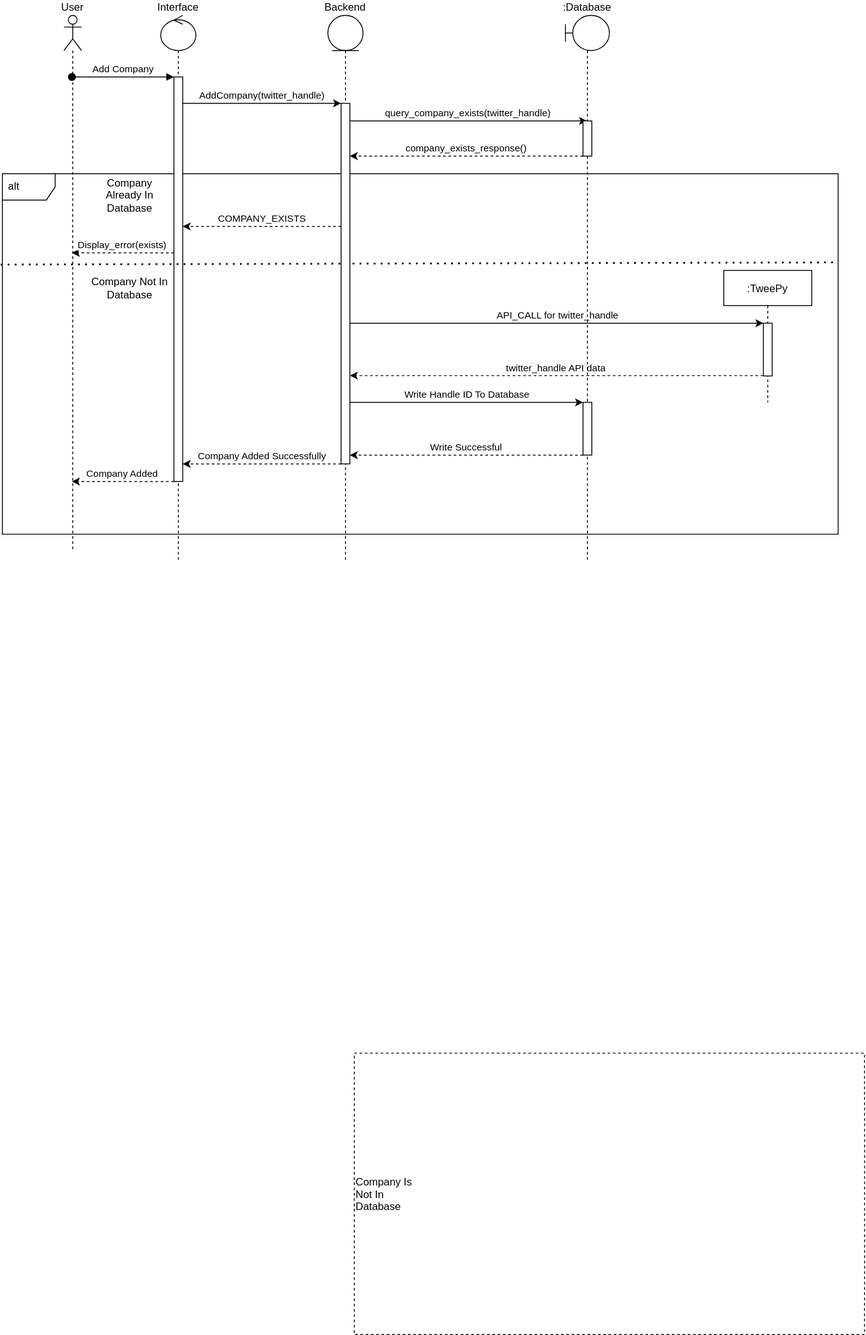
This is images/AddCompanySequence v1.drawio.svg from agarcia169/4306-Donaldson-Project, a draw.io export, as it was before one commit. Source tidied: cells renumbered, new cells last; positions are measured from the earlier drawing's top-left corner, leaving out a move shared by most shapes. Source of this version:
```xml
<mxGraphModel>
  <root>
    <mxCell id="0" />
    <mxCell id="1" parent="0" />
    <mxCell id="2" value="alt" style="shape=umlFrame;whiteSpace=wrap;html=1;width=60;height=30;boundedLbl=1;verticalAlign=middle;align=left;spacingLeft=5;" parent="1" vertex="1">
      <mxGeometry y="180" width="950" height="410" as="geometry" />
    </mxCell>
    <mxCell id="3" value="Company Is &#10;Not In &#10;Database" style="fontStyle=0;dashed=1;align=left;" parent="1" vertex="1">
      <mxGeometry x="400" y="1180" width="580" height="320" as="geometry" />
    </mxCell>
    <mxCell id="4" value="AddCompany(twitter_handle)" style="edgeStyle=orthogonalEdgeStyle;rounded=0;jettySize=auto;html=1;startArrow=none;startFill=0;endArrow=classic;endFill=1;labelPosition=center;verticalLabelPosition=top;align=center;verticalAlign=bottom;" parent="1" edge="1" source="23" target="29">
      <mxGeometry relative="1" as="geometry">
        <Array as="points">
          <mxPoint x="380" y="100" />
          <mxPoint x="380" y="100" />
        </Array>
      </mxGeometry>
    </mxCell>
    <mxCell id="5" value="COMPANY_EXISTS" style="edgeStyle=orthogonalEdgeStyle;rounded=0;jettySize=auto;html=1;startArrow=none;startFill=0;endArrow=classic;endFill=1;dashed=1;labelPosition=center;verticalLabelPosition=top;align=center;verticalAlign=bottom;" parent="1" edge="1" source="29" target="23">
      <mxGeometry relative="1" as="geometry">
        <Array as="points">
          <mxPoint x="230" y="240" />
          <mxPoint x="230" y="240" />
        </Array>
      </mxGeometry>
    </mxCell>
    <mxCell id="6" value="Display_error(exists)" style="edgeStyle=orthogonalEdgeStyle;rounded=0;jettySize=auto;html=1;dashed=1;startArrow=none;startFill=0;endArrow=classic;endFill=1;labelPosition=center;verticalLabelPosition=top;align=center;verticalAlign=bottom;" parent="1" edge="1" source="23" target="17">
      <mxGeometry relative="1" as="geometry">
        <Array as="points">
          <mxPoint x="100" y="270" />
          <mxPoint x="100" y="270" />
        </Array>
      </mxGeometry>
    </mxCell>
    <mxCell id="7" value=":TweePy" style="shape=umlLifeline;perimeter=lifelinePerimeter;rounded=0;shadow=0;strokeWidth=1;" parent="1" vertex="1">
      <mxGeometry x="820" y="290" width="100" height="150" as="geometry" />
    </mxCell>
    <mxCell id="8" style="perimeter=orthogonalPerimeter;rounded=0;shadow=0;strokeWidth=1;" parent="7" vertex="1">
      <mxGeometry x="45" y="60" width="10" height="60" as="geometry" />
    </mxCell>
    <mxCell id="9" value="API_CALL for twitter_handle" style="edgeStyle=orthogonalEdgeStyle;rounded=0;orthogonalLoop=1;jettySize=auto;html=1;startArrow=none;startFill=0;endArrow=classic;endFill=1;labelPosition=center;verticalLabelPosition=top;align=center;verticalAlign=bottom;" parent="7" edge="1">
      <mxGeometry relative="1" as="geometry">
        <mxPoint x="-425" y="60" as="sourcePoint" />
        <mxPoint x="45" y="60" as="targetPoint" />
        <Array as="points">
          <mxPoint x="30" y="60" />
          <mxPoint x="30" y="60" />
        </Array>
      </mxGeometry>
    </mxCell>
    <mxCell id="10" value="twitter_handle API data" style="edgeStyle=orthogonalEdgeStyle;rounded=0;orthogonalLoop=1;jettySize=auto;html=1;startArrow=none;startFill=0;endArrow=classic;endFill=1;dashed=1;labelPosition=center;verticalLabelPosition=top;align=center;verticalAlign=bottom;" parent="7" edge="1">
      <mxGeometry relative="1" as="geometry">
        <mxPoint x="45" y="119.6" as="sourcePoint" />
        <mxPoint x="-425" y="119.6" as="targetPoint" />
        <Array as="points">
          <mxPoint x="-370" y="119.6" />
          <mxPoint x="-370" y="119.6" />
        </Array>
      </mxGeometry>
    </mxCell>
    <mxCell id="11" value="Write Handle ID To Database" style="edgeStyle=orthogonalEdgeStyle;rounded=0;jettySize=auto;html=1;startArrow=none;startFill=0;endArrow=classic;endFill=1;labelPosition=center;verticalLabelPosition=top;align=center;verticalAlign=bottom;" parent="1" edge="1" target="21">
      <mxGeometry relative="1" as="geometry">
        <mxPoint x="395" y="440" as="sourcePoint" />
        <Array as="points">
          <mxPoint x="640" y="440" />
          <mxPoint x="640" y="440" />
        </Array>
      </mxGeometry>
    </mxCell>
    <mxCell id="12" value="Company Added Successfully" style="edgeStyle=orthogonalEdgeStyle;rounded=0;jettySize=auto;html=1;dashed=1;startArrow=none;startFill=0;endArrow=classic;endFill=1;labelPosition=center;verticalLabelPosition=top;align=center;verticalAlign=bottom;" parent="1" edge="1" source="29" target="23">
      <mxGeometry relative="1" as="geometry">
        <Array as="points">
          <mxPoint x="230" y="510" />
          <mxPoint x="230" y="510" />
        </Array>
      </mxGeometry>
    </mxCell>
    <mxCell id="13" value="Company Added" style="edgeStyle=orthogonalEdgeStyle;rounded=0;jettySize=auto;html=1;dashed=1;startArrow=none;startFill=0;endArrow=classic;endFill=1;labelPosition=center;verticalLabelPosition=top;align=center;verticalAlign=bottom;" parent="1" edge="1" source="23" target="17">
      <mxGeometry relative="1" as="geometry">
        <Array as="points">
          <mxPoint x="180" y="530" />
          <mxPoint x="180" y="530" />
        </Array>
      </mxGeometry>
    </mxCell>
    <mxCell id="14" value="query_company_exists(twitter_handle)" style="edgeStyle=orthogonalEdgeStyle;rounded=0;jettySize=auto;html=1;startArrow=none;startFill=0;endArrow=classic;endFill=1;labelPosition=center;verticalLabelPosition=top;align=center;verticalAlign=bottom;" parent="1" edge="1" source="29" target="19">
      <mxGeometry relative="1" as="geometry">
        <Array as="points">
          <mxPoint x="630" y="120" />
          <mxPoint x="630" y="120" />
        </Array>
      </mxGeometry>
    </mxCell>
    <mxCell id="15" value="company_exists_response()" style="edgeStyle=orthogonalEdgeStyle;rounded=0;jettySize=auto;html=1;startArrow=none;startFill=0;endArrow=classic;endFill=1;dashed=1;labelPosition=center;verticalLabelPosition=top;align=center;verticalAlign=bottom;" parent="1" edge="1" source="20" target="29">
      <mxGeometry relative="1" as="geometry">
        <Array as="points">
          <mxPoint x="440" y="160" />
          <mxPoint x="440" y="160" />
        </Array>
      </mxGeometry>
    </mxCell>
    <mxCell id="16" value="Write Successful" style="edgeStyle=orthogonalEdgeStyle;rounded=0;jettySize=auto;html=1;startArrow=none;startFill=0;endArrow=classic;endFill=1;dashed=1;labelPosition=center;verticalLabelPosition=top;align=center;verticalAlign=bottom;" parent="1" edge="1" source="21">
      <mxGeometry relative="1" as="geometry">
        <mxPoint x="395" y="500" as="targetPoint" />
        <Array as="points">
          <mxPoint x="450" y="500" />
          <mxPoint x="450" y="500" />
        </Array>
      </mxGeometry>
    </mxCell>
    <mxCell id="17" value="User" style="shape=umlLifeline;participant=umlActor;perimeter=lifelinePerimeter;whiteSpace=wrap;html=1;verticalAlign=bottom;spacingTop=36;outlineConnect=0;labelPosition=center;verticalLabelPosition=top;align=center;" parent="1" vertex="1">
      <mxGeometry x="70" width="20" height="610" as="geometry" />
    </mxCell>
    <mxCell id="18" value="Add Company" style="verticalAlign=bottom;startArrow=oval;endArrow=block;startSize=8;shadow=0;strokeWidth=1;" parent="1" edge="1" source="17" target="23">
      <mxGeometry relative="1" as="geometry">
        <Array as="points">
          <mxPoint x="170" y="70" />
        </Array>
      </mxGeometry>
    </mxCell>
    <mxCell id="19" value=":Database" style="shape=umlLifeline;participant=umlBoundary;perimeter=lifelinePerimeter;whiteSpace=wrap;html=1;verticalAlign=bottom;spacingTop=36;outlineConnect=0;size=40;labelPosition=center;verticalLabelPosition=top;align=center;" parent="1" vertex="1">
      <mxGeometry x="640" width="50" height="620" as="geometry" />
    </mxCell>
    <mxCell id="20" style="html=1;points=[];perimeter=orthogonalPerimeter;" parent="19" vertex="1">
      <mxGeometry x="20" y="120" width="10" height="40" as="geometry" />
    </mxCell>
    <mxCell id="21" style="html=1;points=[];perimeter=orthogonalPerimeter;" parent="19" vertex="1">
      <mxGeometry x="20" y="440" width="10" height="60" as="geometry" />
    </mxCell>
    <mxCell id="22" value="Interface" style="shape=umlLifeline;participant=umlControl;perimeter=lifelinePerimeter;whiteSpace=wrap;html=1;verticalAlign=bottom;spacingTop=36;labelPosition=center;verticalLabelPosition=top;align=center;" parent="1" vertex="1">
      <mxGeometry x="180" width="40" height="620" as="geometry" />
    </mxCell>
    <mxCell id="23" style="points=[];perimeter=orthogonalPerimeter;rounded=0;shadow=0;strokeWidth=1;" parent="22" vertex="1">
      <mxGeometry x="15" y="70" width="10" height="460" as="geometry" />
    </mxCell>
    <mxCell id="24" style="group;" parent="1" vertex="1">
      <mxGeometry x="80" y="380" width="130" height="30" as="geometry" />
    </mxCell>
    <mxCell id="25" value="Company Not In Database" style="text;html=1;strokeColor=none;fillColor=none;align=center;verticalAlign=middle;whiteSpace=wrap;rounded=0;" parent="1" vertex="1">
      <mxGeometry x="80" y="295" width="130" height="30" as="geometry" />
    </mxCell>
    <mxCell id="26" style="endArrow=none;dashed=1;html=1;dashPattern=1 3;strokeWidth=2;rounded=0;entryX=1;entryY=0.246;entryDx=0;entryDy=0;entryPerimeter=0;exitX=-0.002;exitY=0.252;exitDx=0;exitDy=0;exitPerimeter=0;" parent="1" edge="1" source="2" target="2">
      <mxGeometry relative="1" as="geometry" />
    </mxCell>
    <mxCell id="27" value="Company Already In Database" style="text;html=1;strokeColor=none;fillColor=none;align=center;verticalAlign=middle;whiteSpace=wrap;rounded=0;" parent="1" vertex="1">
      <mxGeometry x="100" y="180" width="90" height="50" as="geometry" />
    </mxCell>
    <mxCell id="28" value="Backend" style="shape=umlLifeline;participant=umlEntity;perimeter=lifelinePerimeter;whiteSpace=wrap;html=1;verticalAlign=bottom;spacingTop=36;labelPosition=center;verticalLabelPosition=top;align=center;" parent="1" vertex="1">
      <mxGeometry x="370" width="40" height="620" as="geometry" />
    </mxCell>
    <mxCell id="29" style="points=[];perimeter=orthogonalPerimeter;rounded=0;shadow=0;strokeWidth=1;" parent="28" vertex="1">
      <mxGeometry x="15" y="100" width="10" height="410" as="geometry" />
    </mxCell>
  </root>
</mxGraphModel>
```
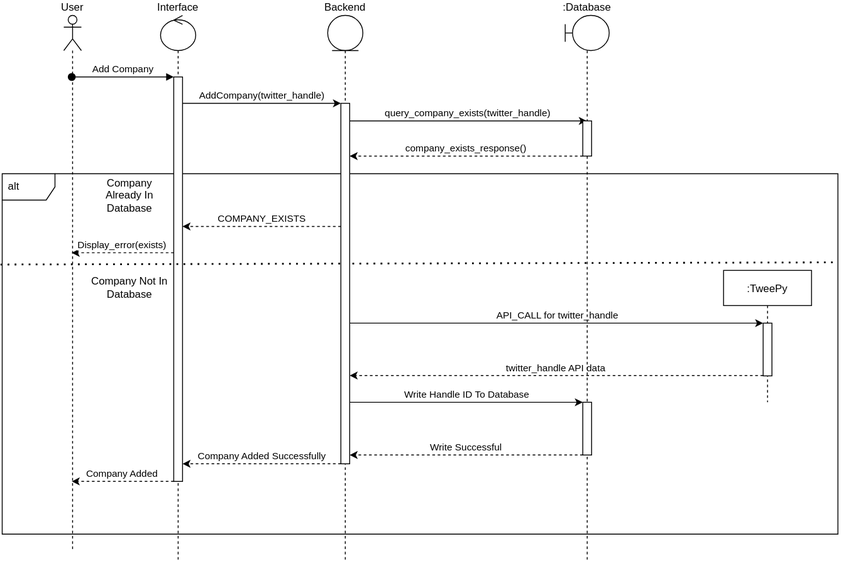
After the commit.

Change to the diagram source:
```diff
@@ -5,9 +5,6 @@
     <mxCell id="2" value="alt" style="shape=umlFrame;whiteSpace=wrap;html=1;width=60;height=30;boundedLbl=1;verticalAlign=middle;align=left;spacingLeft=5;" parent="1" vertex="1">
       <mxGeometry y="180" width="950" height="410" as="geometry" />
     </mxCell>
-    <mxCell id="3" value="Company Is &#10;Not In &#10;Database" style="fontStyle=0;dashed=1;align=left;" parent="1" vertex="1">
-      <mxGeometry x="400" y="1180" width="580" height="320" as="geometry" />
-    </mxCell>
     <mxCell id="4" value="AddCompany(twitter_handle)" style="edgeStyle=orthogonalEdgeStyle;rounded=0;jettySize=auto;html=1;startArrow=none;startFill=0;endArrow=classic;endFill=1;labelPosition=center;verticalLabelPosition=top;align=center;verticalAlign=bottom;" parent="1" edge="1" source="23" target="29">
       <mxGeometry relative="1" as="geometry">
         <Array as="points">
```
